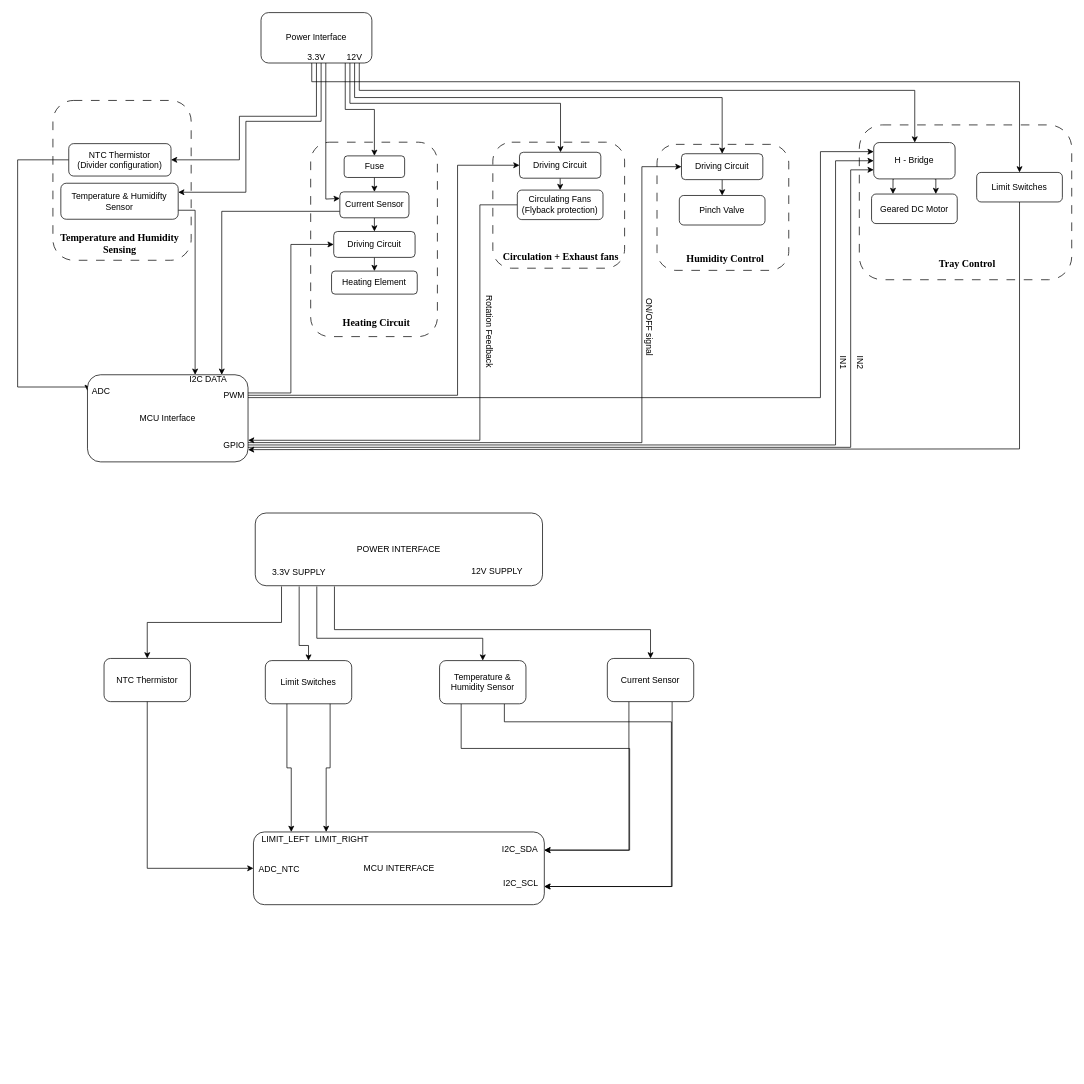
The draw.io diagram docs/Temp & humidity control.drawio in musyani-io/solar-powered-incubator, before the edit. Source tidied: cells renumbered, new cells numbered last; positions are measured from the earlier drawing's top-left corner, leaving out a move shared by most shapes. Both pictures are drawn from the tidied source at 72%, with x=0, y=0 at pixel (17, 12).
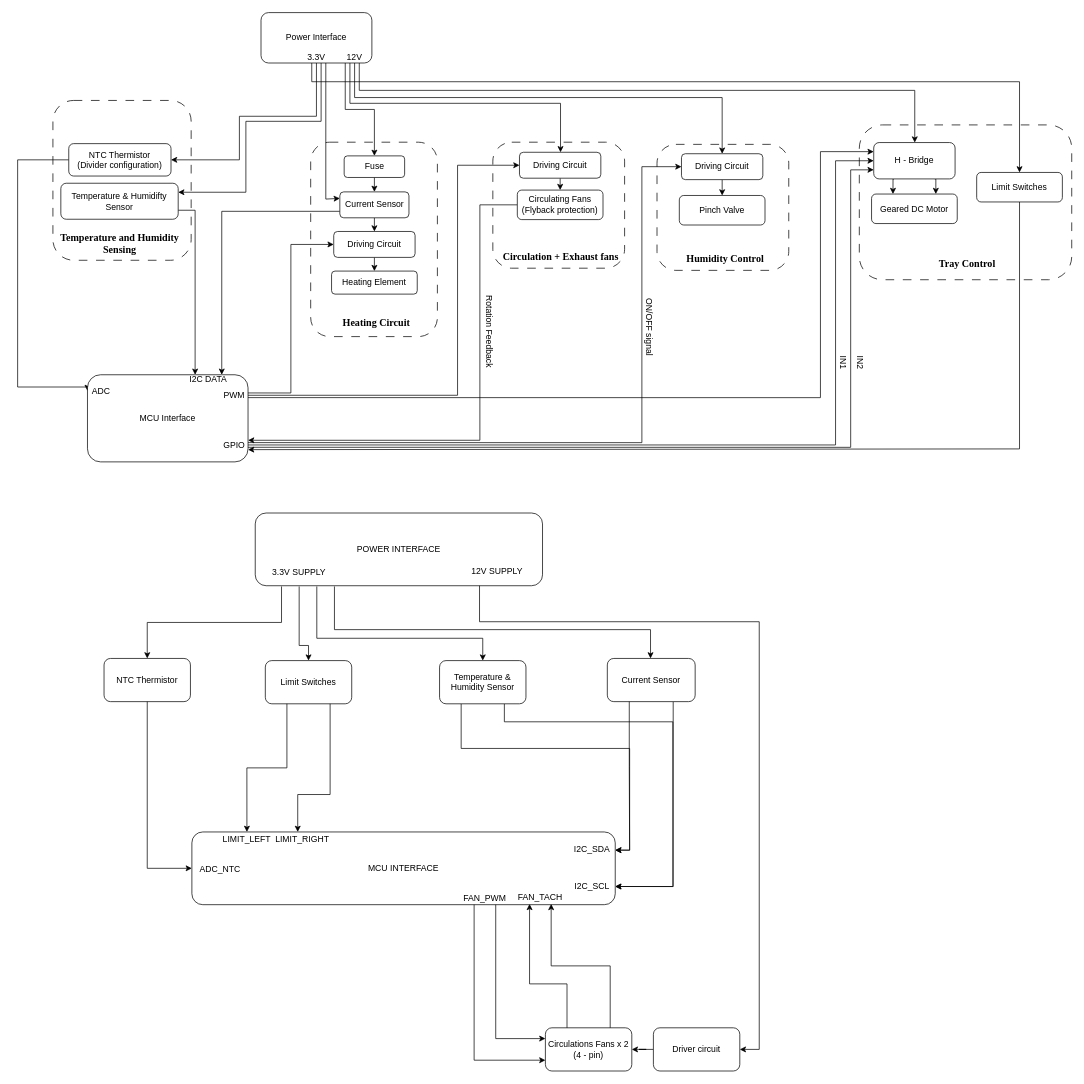
Above is the later version.

Commit message:
docs: signal interface - fan

Unchanged cells that the change refers to:
```xml
<mxCell id="69" value="&lt;div&gt;12V SUPPLY&lt;/div&gt;" style="text;html=1;whiteSpace=wrap;strokeColor=none;fillColor=none;align=center;verticalAlign=middle;rounded=0;" parent="1" vertex="1">
  <mxGeometry x="617" y="756" width="98" height="40" as="geometry" />
</mxCell>
<mxCell id="73" value="Temperature &amp;amp; Humidity Sensor" style="rounded=1;whiteSpace=wrap;html=1;" parent="1" vertex="1">
  <mxGeometry x="586" y="900" width="120" height="60" as="geometry" />
</mxCell>
<mxCell id="74" value="Limit Switches" style="rounded=1;whiteSpace=wrap;html=1;" parent="1" vertex="1">
  <mxGeometry x="344" y="900" width="120" height="60" as="geometry" />
</mxCell>
```

Diff of the diagram source:
```diff
@@
+    <mxCell id="87" style="edgeStyle=orthogonalEdgeStyle;rounded=0;jettySize=auto;html=1;entryX=1;entryY=0.5;entryDx=0;entryDy=0;exitX=0.25;exitY=1;exitDx=0;exitDy=0;" parent="1" edge="1" source="69" target="90">
+      <mxGeometry relative="1" as="geometry">
+        <Array as="points">
+          <mxPoint x="642" y="846" />
+          <mxPoint x="1030" y="846" />
+          <mxPoint x="1030" y="1440" />
+        </Array>
+      </mxGeometry>
+    </mxCell>
@@
     <mxCell id="71" style="edgeStyle=orthogonalEdgeStyle;rounded=0;jettySize=auto;html=1;exitX=0.75;exitY=1;exitDx=0;exitDy=0;entryX=1;entryY=0.75;entryDx=0;entryDy=0;" parent="1" edge="1" source="73" target="78">
       <mxGeometry relative="1" as="geometry">
         <Array as="points">
           <mxPoint x="676" y="985" />
-          <mxPoint x="908" y="985" />
-          <mxPoint x="908" y="1214" />
+          <mxPoint x="910" y="985" />
+          <mxPoint x="910" y="1214" />
         </Array>
       </mxGeometry>
     </mxCell>
@@
-    <mxCell id="75" style="edgeStyle=orthogonalEdgeStyle;rounded=0;jettySize=auto;html=1;exitX=0.25;exitY=1;exitDx=0;exitDy=0;entryX=1;entryY=0.25;entryDx=0;entryDy=0;" parent="1" edge="1" source="77" target="78">
-      <mxGeometry relative="1" as="geometry" />
-    </mxCell>
@@
     <mxCell id="77" value="Current Sensor" style="rounded=1;whiteSpace=wrap;html=1;" parent="1" vertex="1">
-      <mxGeometry x="819" y="897" width="120" height="60" as="geometry" />
+      <mxGeometry x="819" y="897" width="122" height="60" as="geometry" />
     </mxCell>
-    <mxCell id="78" value="MCU INTERFACE" style="rounded=1;whiteSpace=wrap;html=1;points=[[0,0,0,0,0],[0,0.25,0,0,0],[0,0.5,0,0,0],[0,0.75,0,0,0],[0,1,0,0,0],[0.13,0,0,0,0],[0.25,0,0,0,0],[0.25,1,0,0,0],[0.38,0,0,0,0],[0.5,0,0,0,0],[0.5,1,0,0,0],[0.75,0,0,0,0],[0.75,1,0,0,0],[1,0,0,0,0],[1,0.25,0,0,0],[1,0.5,0,0,0],[1,0.75,0,0,0],[1,1,0,0,0]];" parent="1" vertex="1">
-      <mxGeometry x="327.5" y="1138" width="404" height="101" as="geometry" />
+    <mxCell id="78" value="MCU INTERFACE" style="rounded=1;whiteSpace=wrap;html=1;points=[[0,0,0,0,0],[0,0.25,0,0,0],[0,0.5,0,0,0],[0,0.75,0,0,0],[0,1,0,0,0],[0.13,0,0,0,0],[0.13,1,0,0,0],[0.25,0,0,0,0],[0.25,1,0,0,0],[0.37,1,0,0,0],[0.38,0,0,0,0],[0.5,0,0,0,0],[0.5,1,0,0,0],[0.62,1,0,0,0],[0.74,1,0,0,0],[0.75,0,0,0,0],[0.87,1,0,0,0],[1,0,0,0,0],[1,0.25,0,0,0],[1,0.5,0,0,0],[1,0.75,0,0,0],[1,1,0,0,0]];" parent="1" vertex="1">
+      <mxGeometry x="242" y="1138" width="588" height="101" as="geometry" />
     </mxCell>
     <mxCell id="79" value="I2C_SDA" style="text;html=1;whiteSpace=wrap;strokeColor=none;fillColor=none;align=center;verticalAlign=middle;rounded=0;" parent="1" vertex="1">
-      <mxGeometry x="668" y="1154" width="60" height="18" as="geometry" />
+      <mxGeometry x="768" y="1153" width="60" height="18" as="geometry" />
     </mxCell>
     <mxCell id="80" value="&lt;div&gt;I2C_SCL&lt;/div&gt;" style="text;html=1;whiteSpace=wrap;strokeColor=none;fillColor=none;align=center;verticalAlign=middle;rounded=0;" parent="1" vertex="1">
-      <mxGeometry x="669" y="1200" width="60" height="18" as="geometry" />
+      <mxGeometry x="768" y="1205" width="60" height="18" as="geometry" />
     </mxCell>
     <mxCell id="81" value="LIMIT_LEFT" style="text;html=1;whiteSpace=wrap;strokeColor=none;fillColor=none;align=center;verticalAlign=middle;rounded=0;" parent="1" vertex="1">
-      <mxGeometry x="339" y="1140" width="67" height="18" as="geometry" />
+      <mxGeometry x="285" y="1140" width="67" height="18" as="geometry" />
     </mxCell>
     <mxCell id="82" value="LIMIT_RIGHT" style="text;html=1;whiteSpace=wrap;strokeColor=none;fillColor=none;align=center;verticalAlign=middle;rounded=0;" parent="1" vertex="1">
-      <mxGeometry x="411" y="1140" width="79" height="18" as="geometry" />
+      <mxGeometry x="356" y="1139" width="79" height="18" as="geometry" />
     </mxCell>
@@
     <mxCell id="84" style="edgeStyle=orthogonalEdgeStyle;rounded=0;jettySize=auto;html=1;exitX=0.75;exitY=1;exitDx=0;exitDy=0;entryX=0.25;entryY=0;entryDx=0;entryDy=0;entryPerimeter=0;" parent="1" edge="1" source="74" target="78">
-      <mxGeometry relative="1" as="geometry" />
+      <mxGeometry relative="1" as="geometry">
+        <Array as="points">
+          <mxPoint x="434" y="1086" />
+          <mxPoint x="389" y="1086" />
+        </Array>
+      </mxGeometry>
     </mxCell>
@@
     <mxCell id="86" value="ADC_NTC" style="text;html=1;whiteSpace=wrap;strokeColor=none;fillColor=none;align=center;verticalAlign=middle;rounded=0;" parent="1" vertex="1">
-      <mxGeometry x="330" y="1181" width="67" height="18" as="geometry" />
+      <mxGeometry x="248" y="1181" width="67" height="18" as="geometry" />
     </mxCell>
+    <mxCell id="88" value="&lt;div&gt;Circulations Fans x 2&lt;/div&gt;&lt;div&gt;(4 - pin)&lt;/div&gt;" style="rounded=1;whiteSpace=wrap;html=1;" parent="1" vertex="1">
+      <mxGeometry x="733" y="1410" width="120" height="60" as="geometry" />
+    </mxCell>
+    <mxCell id="89" style="edgeStyle=orthogonalEdgeStyle;rounded=0;jettySize=auto;html=1;" parent="1" edge="1" source="90" target="88">
+      <mxGeometry relative="1" as="geometry" />
+    </mxCell>
+    <mxCell id="90" value="Driver circuit" style="rounded=1;whiteSpace=wrap;html=1;" parent="1" vertex="1">
+      <mxGeometry x="883" y="1410" width="120" height="60" as="geometry" />
+    </mxCell>
+    <mxCell id="75" style="edgeStyle=orthogonalEdgeStyle;rounded=0;jettySize=auto;html=1;exitX=0.25;exitY=1;exitDx=0;exitDy=0;entryX=1;entryY=0.25;entryDx=0;entryDy=0;entryPerimeter=0;" parent="1" edge="1" source="77" target="78">
+      <mxGeometry relative="1" as="geometry" />
+    </mxCell>
+    <mxCell id="91" style="edgeStyle=orthogonalEdgeStyle;rounded=0;jettySize=auto;html=1;exitX=0.75;exitY=1;exitDx=0;exitDy=0;entryX=0;entryY=0.25;entryDx=0;entryDy=0;" parent="1" edge="1" source="93" target="88">
+      <mxGeometry relative="1" as="geometry" />
+    </mxCell>
+    <mxCell id="92" style="edgeStyle=orthogonalEdgeStyle;rounded=0;jettySize=auto;html=1;exitX=0.25;exitY=1;exitDx=0;exitDy=0;entryX=0;entryY=0.75;entryDx=0;entryDy=0;" parent="1" edge="1" source="93" target="88">
+      <mxGeometry relative="1" as="geometry" />
+    </mxCell>
+    <mxCell id="93" value="FAN_PWM" style="text;html=1;whiteSpace=wrap;strokeColor=none;fillColor=none;align=center;verticalAlign=middle;rounded=0;" parent="1" vertex="1">
+      <mxGeometry x="619" y="1220" width="60" height="19" as="geometry" />
+    </mxCell>
+    <mxCell id="94" style="edgeStyle=orthogonalEdgeStyle;rounded=0;jettySize=auto;html=1;exitX=0.75;exitY=1;exitDx=0;exitDy=0;entryX=0.75;entryY=0;entryDx=0;entryDy=0;startArrow=classic;startFill=1;endArrow=none;endFill=0;" parent="1" edge="1" source="96" target="88">
+      <mxGeometry relative="1" as="geometry" />
+    </mxCell>
+    <mxCell id="95" style="edgeStyle=orthogonalEdgeStyle;rounded=0;jettySize=auto;html=1;exitX=0.25;exitY=1;exitDx=0;exitDy=0;entryX=0.25;entryY=0;entryDx=0;entryDy=0;startArrow=classic;startFill=1;endArrow=none;endFill=0;" parent="1" edge="1" source="96" target="88">
+      <mxGeometry relative="1" as="geometry">
+        <Array as="points">
+          <mxPoint x="711" y="1349" />
+          <mxPoint x="763" y="1349" />
+        </Array>
+      </mxGeometry>
+    </mxCell>
+    <mxCell id="96" value="FAN_TACH" style="text;html=1;whiteSpace=wrap;strokeColor=none;fillColor=none;align=center;verticalAlign=middle;rounded=0;" parent="1" vertex="1">
+      <mxGeometry x="696" y="1219" width="60" height="19" as="geometry" />
+    </mxCell>
```
